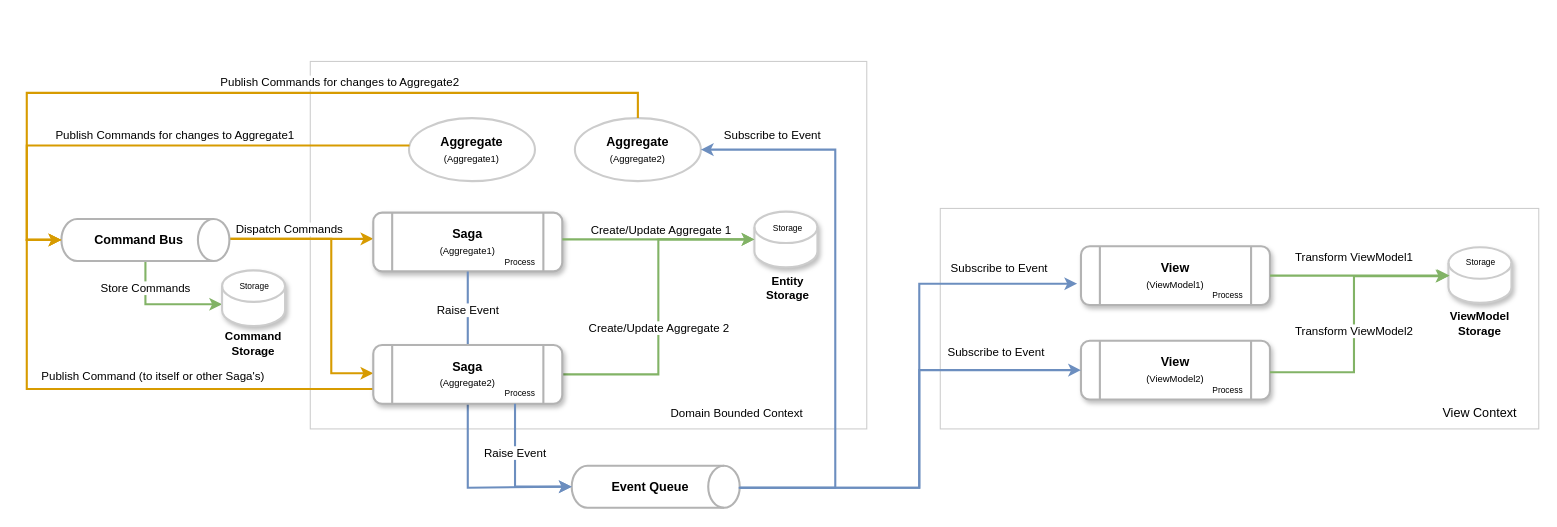
Before: Images/Sourceflow.Net-Concept.drawio in CodeShayk/SourceFlow.Net, a draw.io diagram. Source tidied: cells renumbered, new cells numbered last; positions are measured from the earlier drawing's top-left corner, leaving out a move shared by most shapes. Both pictures are drawn from the tidied source at 105%, with x=0, y=0 at pixel (26, 61).
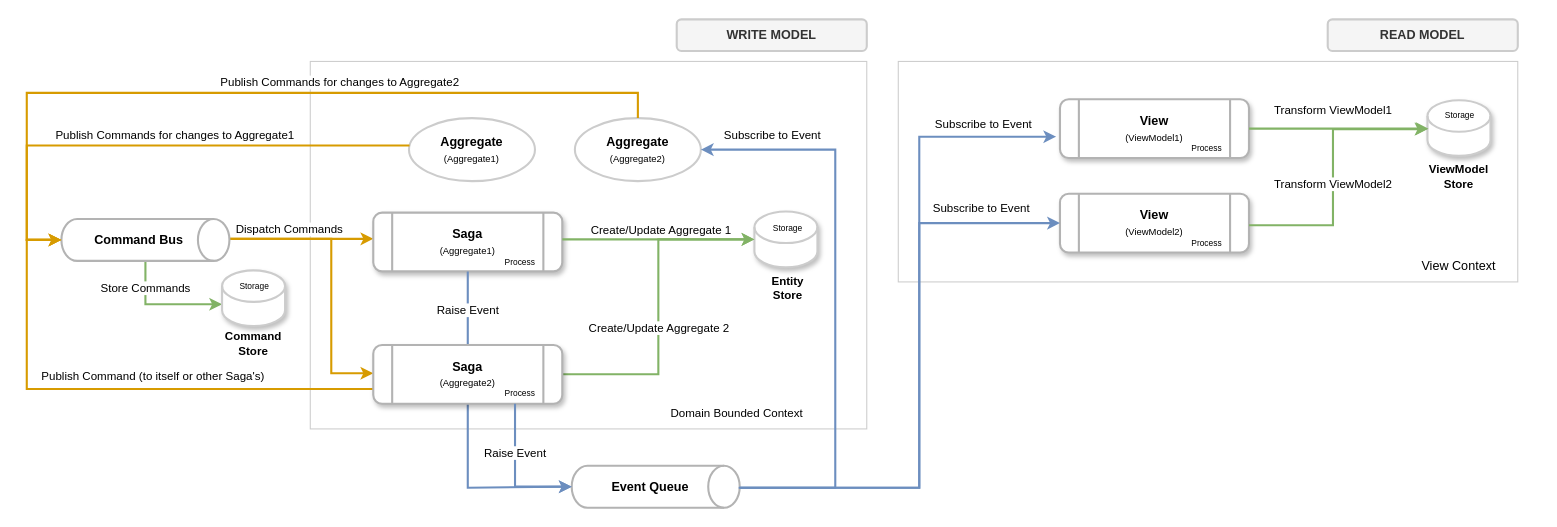
The same page after the edit.

The change refers to these unchanged cells:
```xml
<mxCell id="19" style="shape=cylinder3;whiteSpace=wrap;html=1;boundedLbl=1;backgroundOutline=1;size=15;rotation=90;strokeColor=#B3B3B3;strokeWidth=2;" parent="1" vertex="1">
  <mxGeometry x="579" y="325" width="40" height="160" as="geometry" />
</mxCell>
```

Change to the diagram source:
```diff
@@
     <mxCell id="2" style="rounded=0;whiteSpace=wrap;html=1;fontColor=#999999;strokeColor=#CCCCCC;strokeWidth=1;" parent="1" vertex="1">
-      <mxGeometry x="870" y="140" width="570" height="210" as="geometry" />
+      <mxGeometry x="830" width="590" height="210" as="geometry" />
     </mxCell>
@@
-    <mxCell id="12" value="Command Storage" style="text;html=1;align=center;verticalAlign=middle;whiteSpace=wrap;rounded=0;fontStyle=1;fontSize=11;" parent="1" vertex="1">
+    <mxCell id="12" value="Command Store" style="text;html=1;align=center;verticalAlign=middle;whiteSpace=wrap;rounded=0;fontStyle=1;fontSize=11;" parent="1" vertex="1">
       <mxGeometry x="186" y="254" width="60" height="30" as="geometry" />
     </mxCell>
@@
-    <mxCell id="14" value="Entity&lt;div&gt;Storage&lt;/div&gt;" style="text;html=1;align=center;verticalAlign=middle;whiteSpace=wrap;rounded=0;fontStyle=1;fontSize=11;" parent="1" vertex="1">
+    <mxCell id="14" value="Entity&lt;div&gt;Store&lt;/div&gt;" style="text;html=1;align=center;verticalAlign=middle;whiteSpace=wrap;rounded=0;fontStyle=1;fontSize=11;" parent="1" vertex="1">
       <mxGeometry x="685" y="201" width="80" height="30" as="geometry" />
     </mxCell>
@@
     <mxCell id="18" value="Subscribe to Event" style="edgeStyle=orthogonalEdgeStyle;rounded=0;jettySize=auto;html=1;entryX=-0.02;entryY=0.637;entryDx=0;entryDy=0;exitX=0.5;exitY=0;exitDx=0;exitDy=0;exitPerimeter=0;fillColor=#dae8fc;strokeColor=#6c8ebf;strokeWidth=2;endArrow=classic;endFill=1;startArrow=none;startFill=0;entryPerimeter=0;" parent="1" edge="1" source="19" target="24">
-      <mxGeometry x="0.71" y="15" relative="1" as="geometry">
+      <mxGeometry x="0.78" y="12" relative="1" as="geometry">
         <Array as="points">
           <mxPoint x="679" y="406" />
           <mxPoint x="850" y="406" />
-          <mxPoint x="850" y="212" />
+          <mxPoint x="850" y="72" />
         </Array>
       </mxGeometry>
     </mxCell>
@@
     <mxCell id="24" value="&lt;b&gt;View&lt;/b&gt;&lt;div&gt;&lt;font style=&quot;font-size: 9px;&quot;&gt;(ViewModel1)&lt;/font&gt;&lt;/div&gt;" style="shape=process;whiteSpace=wrap;html=1;backgroundOutline=1;rounded=1;shadow=1;strokeColor=#B3B3B3;strokeWidth=2;" parent="1" vertex="1">
-      <mxGeometry x="1004" y="176" width="180" height="56" as="geometry" />
+      <mxGeometry x="984" y="36" width="180" height="56" as="geometry" />
     </mxCell>
     <mxCell id="25" value="&lt;b&gt;View&lt;/b&gt;&lt;div&gt;&lt;font style=&quot;font-size: 9px;&quot;&gt;(ViewModel2)&lt;/font&gt;&lt;/div&gt;" style="shape=process;whiteSpace=wrap;html=1;backgroundOutline=1;rounded=1;shadow=1;strokeColor=#B3B3B3;strokeWidth=2;" parent="1" vertex="1">
-      <mxGeometry x="1004" y="266" width="180" height="56" as="geometry" />
+      <mxGeometry x="984" y="126" width="180" height="56" as="geometry" />
     </mxCell>
     <mxCell id="26" value="Subscribe to Event" style="edgeStyle=orthogonalEdgeStyle;rounded=0;jettySize=auto;html=1;entryX=0;entryY=0.5;entryDx=0;entryDy=0;exitX=0.5;exitY=0;exitDx=0;exitDy=0;exitPerimeter=0;fillColor=#dae8fc;strokeColor=#6c8ebf;strokeWidth=2;endArrow=classic;endFill=1;startArrow=none;startFill=0;" parent="1" edge="1" source="19" target="25">
-      <mxGeometry x="0.63" y="17" relative="1" as="geometry">
+      <mxGeometry x="0.73" y="14" relative="1" as="geometry">
         <Array as="points">
           <mxPoint x="679" y="406" />
           <mxPoint x="850" y="406" />
-          <mxPoint x="850" y="294" />
+          <mxPoint x="850" y="154" />
         </Array>
       </mxGeometry>
     </mxCell>
     <mxCell id="27" style="shape=cylinder3;whiteSpace=wrap;html=1;boundedLbl=1;backgroundOutline=1;size=15;fillColor=#FFFFFF;strokeColor=#CCCCCC;shadow=1;strokeWidth=2;" parent="1" vertex="1">
-      <mxGeometry x="1354" y="177" width="60" height="53" as="geometry" />
+      <mxGeometry x="1334" y="37" width="60" height="53" as="geometry" />
     </mxCell>
-    <mxCell id="28" value="ViewModel&lt;div&gt;Storage&lt;/div&gt;" style="text;html=1;align=center;verticalAlign=middle;whiteSpace=wrap;rounded=0;fontStyle=1;fontSize=11;" parent="1" vertex="1">
-      <mxGeometry x="1344" y="235" width="80" height="30" as="geometry" />
+    <mxCell id="28" value="ViewModel&lt;div&gt;Store&lt;/div&gt;" style="text;html=1;align=center;verticalAlign=middle;whiteSpace=wrap;rounded=0;fontStyle=1;fontSize=11;" parent="1" vertex="1">
+      <mxGeometry x="1324" y="95" width="80" height="30" as="geometry" />
     </mxCell>
     <mxCell id="29" value="Transform ViewModel1" style="edgeStyle=orthogonalEdgeStyle;rounded=0;orthogonalLoop=1;jettySize=auto;html=1;fillColor=#d5e8d4;strokeColor=#82b366;strokeWidth=2;exitX=1;exitY=0.5;exitDx=0;exitDy=0;" parent="1" edge="1">
       <mxGeometry x="-0.06" y="17" relative="1" as="geometry">
-        <mxPoint x="1185" y="205" as="sourcePoint" />
-        <mxPoint x="1355" y="204" as="targetPoint" />
+        <mxPoint x="1165" y="65" as="sourcePoint" />
+        <mxPoint x="1335" y="64" as="targetPoint" />
         <Array as="points">
-          <mxPoint x="1185" y="204" />
+          <mxPoint x="1165" y="64" />
         </Array>
       </mxGeometry>
     </mxCell>
     <mxCell id="30" value="Transform ViewModel2" style="edgeStyle=orthogonalEdgeStyle;rounded=0;orthogonalLoop=1;jettySize=auto;html=1;entryX=0;entryY=0.5;entryDx=0;entryDy=0;entryPerimeter=0;fillColor=#d5e8d4;strokeColor=#82b366;strokeWidth=2;exitX=1;exitY=0.5;exitDx=0;exitDy=0;" parent="1" edge="1">
       <mxGeometry x="-0.09" relative="1" as="geometry">
-        <mxPoint x="1184" y="296" as="sourcePoint" />
-        <mxPoint x="1354" y="204.5" as="targetPoint" />
+        <mxPoint x="1164" y="156" as="sourcePoint" />
+        <mxPoint x="1334" y="64.5" as="targetPoint" />
         <Array as="points">
-          <mxPoint x="1264" y="296" />
-          <mxPoint x="1264" y="205" />
+          <mxPoint x="1244" y="156" />
+          <mxPoint x="1244" y="65" />
         </Array>
       </mxGeometry>
     </mxCell>
     <mxCell id="31" value="Process" style="text;html=1;align=center;verticalAlign=middle;whiteSpace=wrap;rounded=0;fontSize=8;" parent="1" vertex="1">
-      <mxGeometry x="1114" y="208" width="60" height="30" as="geometry" />
+      <mxGeometry x="1094" y="68" width="60" height="30" as="geometry" />
     </mxCell>
     <mxCell id="32" value="Process" style="text;html=1;align=center;verticalAlign=middle;whiteSpace=wrap;rounded=0;fontSize=8;" parent="1" vertex="1">
-      <mxGeometry x="1114" y="298" width="60" height="30" as="geometry" />
+      <mxGeometry x="1094" y="158" width="60" height="30" as="geometry" />
     </mxCell>
@@
     <mxCell id="35" value="Storage" style="text;html=1;align=center;verticalAlign=middle;whiteSpace=wrap;rounded=0;fontSize=8;" parent="1" vertex="1">
-      <mxGeometry x="1355" y="176" width="60" height="30" as="geometry" />
+      <mxGeometry x="1335" y="36" width="60" height="30" as="geometry" />
     </mxCell>
@@
     <mxCell id="38" value="View Context" style="text;html=1;align=center;verticalAlign=middle;whiteSpace=wrap;rounded=0;" parent="1" vertex="1">
-      <mxGeometry x="1329" y="320" width="110" height="30" as="geometry" />
+      <mxGeometry x="1309" y="180" width="110" height="30" as="geometry" />
     </mxCell>
@@
+    <mxCell id="44" value="WRITE MODEL" style="text;html=1;whiteSpace=wrap;strokeColor=#CCCCCC;fillColor=#f5f5f5;align=center;verticalAlign=middle;rounded=1;fontColor=#333333;strokeWidth=2;fontStyle=1;" parent="1" vertex="1">
+      <mxGeometry x="619" y="-40" width="181" height="30" as="geometry" />
+    </mxCell>
+    <mxCell id="45" value="READ MODEL" style="text;html=1;whiteSpace=wrap;strokeColor=#CCCCCC;fillColor=#f5f5f5;align=center;verticalAlign=middle;rounded=1;fontColor=#333333;strokeWidth=2;fontStyle=1;" parent="1" vertex="1">
+      <mxGeometry x="1239" y="-40" width="181" height="30" as="geometry" />
+    </mxCell>
```
